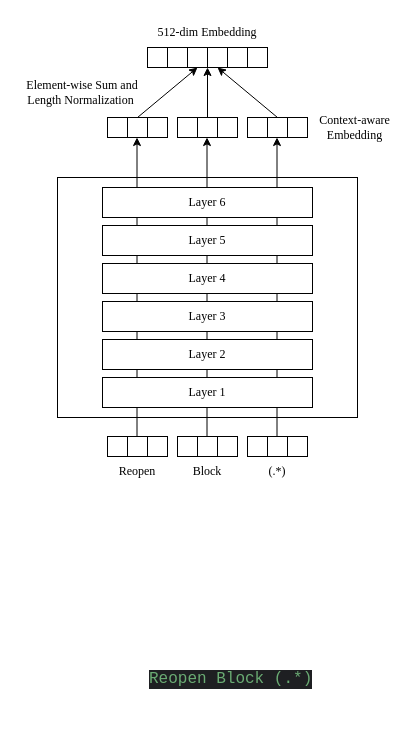
Before: USE.drawio in Gleiphir2769/my-draw, a draw.io diagram. Source tidied: cells renumbered, new cells numbered last; positions are measured from the earlier drawing's top-left corner, leaving out a move shared by most shapes. Both pictures are drawn from the tidied source at 100%, with x=0, y=0 at pixel (17, 17).
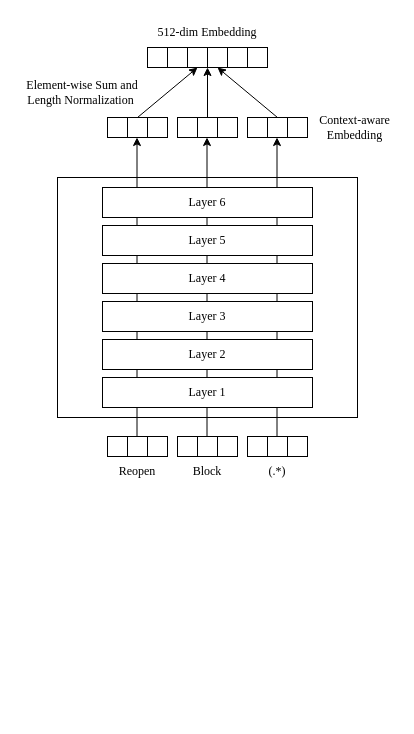
The same diagram, later.

Diff of the diagram source:
```diff
@@
-    <mxCell id="15" value="&lt;div style=&quot;background-color:#1e1f22;color:#bcbec4&quot;&gt;&lt;pre style=&quot;font-family:'Fira Code',monospace;font-size:12.0pt;&quot;&gt;&lt;span style=&quot;color:#6aab73;&quot;&gt;Reopen Block (.*)&lt;/span&gt;&lt;/pre&gt;&lt;/div&gt;" style="text;whiteSpace=wrap;html=1;" parent="1" vertex="1">
-      <mxGeometry x="130" y="630" width="170" height="70" as="geometry" />
-    </mxCell>
```
